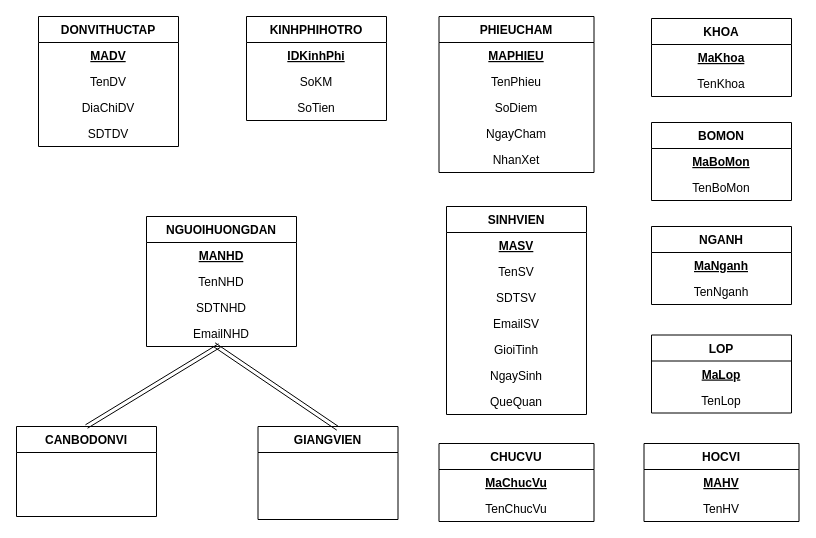
The draw.io diagram bao cao tuan/lam lai lan 1/tuan3.drawio in tronghao/DaAnCSDL, before the edit. Source tidied: cells renumbered, new cells numbered last; positions are measured from the earlier drawing's top-left corner, leaving out a move shared by most shapes. Both pictures are drawn from the tidied source at 100%, with x=0, y=0 at pixel (16, 16).
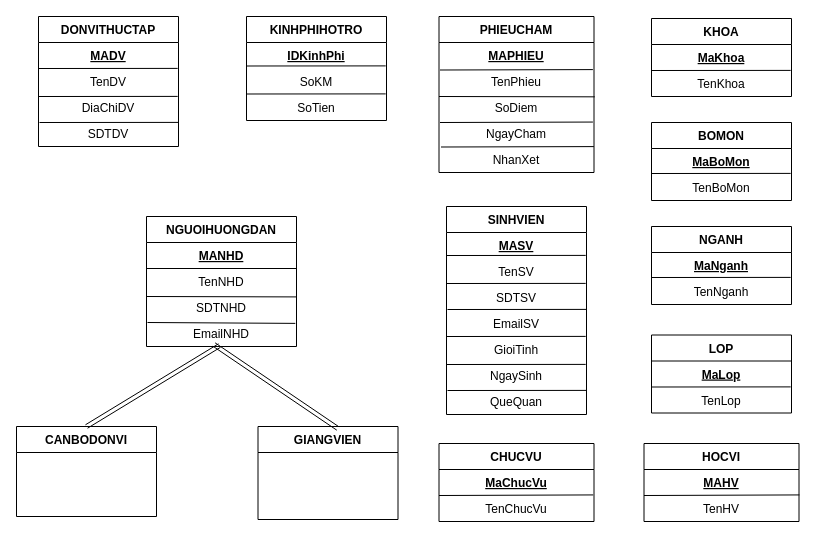
Above is the later version.

Unchanged cells that the change refers to:
```xml
<mxCell id="2" value="DONVITHUCTAP" style="swimlane;fontStyle=1;horizontal=1;startSize=26;fillColor=none;" parent="1" vertex="1">
  <mxGeometry x="22" width="140" height="130" as="geometry" />
</mxCell>
<mxCell id="7" value="NGUOIHUONGDAN" style="swimlane;fontStyle=1;horizontal=1;startSize=26;fillColor=none;" parent="1" vertex="1">
  <mxGeometry x="130" y="200" width="150" height="130" as="geometry" />
</mxCell>
<mxCell id="10" value="SDTNHD" style="text;strokeColor=none;fillColor=none;align=center;verticalAlign=top;spacingLeft=4;spacingRight=4;overflow=hidden;points=[[0,0.5],[1,0.5]];portConstraint=eastwest;" parent="7" vertex="1">
  <mxGeometry y="78" width="150" height="26" as="geometry" />
</mxCell>
<mxCell id="11" value="EmailNHD" style="text;strokeColor=none;fillColor=none;align=center;verticalAlign=top;spacingLeft=4;spacingRight=4;overflow=hidden;points=[[0,0.5],[1,0.5]];portConstraint=eastwest;" parent="7" vertex="1">
  <mxGeometry y="104" width="150" height="26" as="geometry" />
</mxCell>
<mxCell id="12" value="KINHPHIHOTRO" style="swimlane;fontStyle=1;horizontal=1;startSize=26;fillColor=none;" parent="1" vertex="1">
  <mxGeometry x="230" width="140" height="104" as="geometry" />
</mxCell>
<mxCell id="16" value="SINHVIEN" style="swimlane;fontStyle=1;horizontal=1;startSize=26;fillColor=none;" parent="1" vertex="1">
  <mxGeometry x="430" y="190" width="140" height="208" as="geometry" />
</mxCell>
<mxCell id="25" value="LOP" style="swimlane;fontStyle=1;horizontal=1;startSize=26;fillColor=none;" parent="1" vertex="1">
  <mxGeometry x="635" y="318.5" width="140" height="78" as="geometry" />
</mxCell>
<mxCell id="26" value="MaLop" style="text;strokeColor=none;fillColor=none;align=center;verticalAlign=top;spacingLeft=4;spacingRight=4;overflow=hidden;points=[[0,0.5],[1,0.5]];portConstraint=eastwest;fontStyle=5;" parent="25" vertex="1">
  <mxGeometry y="26" width="140" height="26" as="geometry" />
</mxCell>
<mxCell id="27" value="TenLop" style="text;strokeColor=none;fillColor=none;align=center;verticalAlign=top;spacingLeft=4;spacingRight=4;overflow=hidden;points=[[0,0.5],[1,0.5]];portConstraint=eastwest;" parent="25" vertex="1">
  <mxGeometry y="52" width="140" height="26" as="geometry" />
</mxCell>
<mxCell id="28" value="NGANH" style="swimlane;fontStyle=1;horizontal=1;startSize=26;fillColor=none;" parent="1" vertex="1">
  <mxGeometry x="635" y="210" width="140" height="78" as="geometry" />
</mxCell>
<mxCell id="31" value="BOMON" style="swimlane;fontStyle=1;horizontal=1;startSize=26;fillColor=none;" parent="1" vertex="1">
  <mxGeometry x="635" y="106" width="140" height="78" as="geometry" />
</mxCell>
<mxCell id="34" value="KHOA" style="swimlane;fontStyle=1;horizontal=1;startSize=26;fillColor=none;" parent="1" vertex="1">
  <mxGeometry x="635" y="2" width="140" height="78" as="geometry" />
</mxCell>
<mxCell id="40" value="HOCVI" style="swimlane;fontStyle=1;horizontal=1;startSize=26;fillColor=none;" parent="1" vertex="1">
  <mxGeometry x="627.5" y="427" width="155" height="78" as="geometry" />
</mxCell>
<mxCell id="42" value="TenHV" style="text;strokeColor=none;fillColor=none;align=center;verticalAlign=top;spacingLeft=4;spacingRight=4;overflow=hidden;points=[[0,0.5],[1,0.5]];portConstraint=eastwest;" parent="40" vertex="1">
  <mxGeometry y="52" width="155" height="26" as="geometry" />
</mxCell>
<mxCell id="43" value="CHUCVU" style="swimlane;fontStyle=1;horizontal=1;startSize=26;fillColor=none;" parent="1" vertex="1">
  <mxGeometry x="422.5" y="427" width="155" height="78" as="geometry" />
</mxCell>
<mxCell id="45" value="TenChucVu" style="text;strokeColor=none;fillColor=none;align=center;verticalAlign=top;spacingLeft=4;spacingRight=4;overflow=hidden;points=[[0,0.5],[1,0.5]];portConstraint=eastwest;" parent="43" vertex="1">
  <mxGeometry y="52" width="155" height="26" as="geometry" />
</mxCell>
<mxCell id="46" value="PHIEUCHAM" style="swimlane;fontStyle=1;horizontal=1;startSize=26;fillColor=none;" parent="1" vertex="1">
  <mxGeometry x="422.5" width="155" height="156" as="geometry" />
</mxCell>
<mxCell id="49" value="SoDiem" style="text;strokeColor=none;fillColor=none;align=center;verticalAlign=top;spacingLeft=4;spacingRight=4;overflow=hidden;points=[[0,0.5],[1,0.5]];portConstraint=eastwest;" parent="46" vertex="1">
  <mxGeometry y="78" width="155" height="26" as="geometry" />
</mxCell>
<mxCell id="50" value="NgayCham" style="text;strokeColor=none;fillColor=none;align=center;verticalAlign=top;spacingLeft=4;spacingRight=4;overflow=hidden;points=[[0,0.5],[1,0.5]];portConstraint=eastwest;" parent="46" vertex="1">
  <mxGeometry y="104" width="155" height="26" as="geometry" />
</mxCell>
```

The edit, as a diff of the source:
```diff
@@
+    <mxCell id="52" style="endArrow=none;html=1;entryX=0.994;entryY=0.687;entryDx=0;entryDy=0;entryPerimeter=0;" parent="2" edge="1">
+      <mxGeometry relative="1" as="geometry">
+        <mxPoint y="52" as="sourcePoint" />
+        <mxPoint x="139.2" y="51.9" as="targetPoint" />
+      </mxGeometry>
+    </mxCell>
@@
+    <mxCell id="53" style="endArrow=none;html=1;" parent="7" edge="1">
+      <mxGeometry relative="1" as="geometry">
+        <mxPoint y="52" as="sourcePoint" />
+        <mxPoint x="150" y="52" as="targetPoint" />
+      </mxGeometry>
+    </mxCell>
+    <mxCell id="54" style="endArrow=none;html=1;entryX=1;entryY=0.093;entryDx=0;entryDy=0;entryPerimeter=0;" parent="7" edge="1" target="10">
+      <mxGeometry relative="1" as="geometry">
+        <mxPoint y="80" as="sourcePoint" />
+      </mxGeometry>
+    </mxCell>
+    <mxCell id="55" style="endArrow=none;html=1;entryX=0.992;entryY=0.111;entryDx=0;entryDy=0;entryPerimeter=0;" parent="7" edge="1" target="11">
+      <mxGeometry relative="1" as="geometry">
+        <mxPoint x="1" y="106" as="sourcePoint" />
+      </mxGeometry>
+    </mxCell>
@@
+    <mxCell id="56" style="endArrow=none;html=1;entryX=0.994;entryY=0.687;entryDx=0;entryDy=0;entryPerimeter=0;" parent="12" edge="1">
+      <mxGeometry relative="1" as="geometry">
+        <mxPoint y="49.5" as="sourcePoint" />
+        <mxPoint x="139.2" y="49.4" as="targetPoint" />
+      </mxGeometry>
+    </mxCell>
+    <mxCell id="57" style="endArrow=none;html=1;entryX=0.994;entryY=0.687;entryDx=0;entryDy=0;entryPerimeter=0;" parent="12" edge="1">
+      <mxGeometry relative="1" as="geometry">
+        <mxPoint y="77.5" as="sourcePoint" />
+        <mxPoint x="139.2" y="77.4" as="targetPoint" />
+      </mxGeometry>
+    </mxCell>
@@
+    <mxCell id="58" style="endArrow=none;html=1;entryX=0.994;entryY=0.687;entryDx=0;entryDy=0;entryPerimeter=0;" parent="16" edge="1">
+      <mxGeometry relative="1" as="geometry">
+        <mxPoint y="49" as="sourcePoint" />
+        <mxPoint x="139.2" y="48.9" as="targetPoint" />
+      </mxGeometry>
+    </mxCell>
+    <mxCell id="59" style="endArrow=none;html=1;entryX=0.994;entryY=0.687;entryDx=0;entryDy=0;entryPerimeter=0;" parent="16" edge="1">
+      <mxGeometry relative="1" as="geometry">
+        <mxPoint y="77" as="sourcePoint" />
+        <mxPoint x="139.2" y="76.9" as="targetPoint" />
+      </mxGeometry>
+    </mxCell>
+    <mxCell id="60" style="endArrow=none;html=1;entryX=0.994;entryY=0.687;entryDx=0;entryDy=0;entryPerimeter=0;" parent="16" edge="1">
+      <mxGeometry relative="1" as="geometry">
+        <mxPoint x="1" y="103" as="sourcePoint" />
+        <mxPoint x="140.2" y="102.9" as="targetPoint" />
+      </mxGeometry>
+    </mxCell>
@@
+    <mxCell id="61" style="endArrow=none;html=1;entryX=0.994;entryY=0.687;entryDx=0;entryDy=0;entryPerimeter=0;" parent="16" edge="1">
+      <mxGeometry relative="1" as="geometry">
+        <mxPoint y="130" as="sourcePoint" />
+        <mxPoint x="139.2" y="129.9" as="targetPoint" />
+      </mxGeometry>
+    </mxCell>
+    <mxCell id="62" style="endArrow=none;html=1;entryX=0.994;entryY=0.687;entryDx=0;entryDy=0;entryPerimeter=0;" parent="16" edge="1">
+      <mxGeometry relative="1" as="geometry">
+        <mxPoint y="158" as="sourcePoint" />
+        <mxPoint x="139.2" y="157.9" as="targetPoint" />
+      </mxGeometry>
+    </mxCell>
+    <mxCell id="63" style="endArrow=none;html=1;entryX=0.994;entryY=0.687;entryDx=0;entryDy=0;entryPerimeter=0;" parent="16" edge="1">
+      <mxGeometry relative="1" as="geometry">
+        <mxPoint x="1" y="184" as="sourcePoint" />
+        <mxPoint x="140.2" y="183.9" as="targetPoint" />
+      </mxGeometry>
+    </mxCell>
@@
+    <mxCell id="64" style="edgeStyle=none;jettySize=auto;html=1;endArrow=none;" parent="25" edge="1" source="26" target="27">
+      <mxGeometry relative="1" as="geometry" />
+    </mxCell>
@@
+    <mxCell id="65" style="endArrow=none;html=1;entryX=0.994;entryY=0.687;entryDx=0;entryDy=0;entryPerimeter=0;" parent="25" edge="1">
+      <mxGeometry relative="1" as="geometry">
+        <mxPoint y="52" as="sourcePoint" />
+        <mxPoint x="139.2" y="51.9" as="targetPoint" />
+      </mxGeometry>
+    </mxCell>
@@
+    <mxCell id="66" style="endArrow=none;html=1;entryX=0.994;entryY=0.687;entryDx=0;entryDy=0;entryPerimeter=0;" parent="28" edge="1">
+      <mxGeometry relative="1" as="geometry">
+        <mxPoint y="51" as="sourcePoint" />
+        <mxPoint x="139.2" y="50.9" as="targetPoint" />
+      </mxGeometry>
+    </mxCell>
@@
+    <mxCell id="67" style="endArrow=none;html=1;entryX=0.994;entryY=0.687;entryDx=0;entryDy=0;entryPerimeter=0;" parent="31" edge="1">
+      <mxGeometry relative="1" as="geometry">
+        <mxPoint y="51" as="sourcePoint" />
+        <mxPoint x="139.2" y="50.9" as="targetPoint" />
+      </mxGeometry>
+    </mxCell>
@@
+    <mxCell id="68" style="endArrow=none;html=1;entryX=0.994;entryY=0.687;entryDx=0;entryDy=0;entryPerimeter=0;" parent="34" edge="1">
+      <mxGeometry relative="1" as="geometry">
+        <mxPoint y="52" as="sourcePoint" />
+        <mxPoint x="139.2" y="51.9" as="targetPoint" />
+      </mxGeometry>
+    </mxCell>
@@
+    <mxCell id="69" style="endArrow=none;html=1;entryX=1.003;entryY=-0.022;entryDx=0;entryDy=0;entryPerimeter=0;" parent="40" edge="1" target="42">
+      <mxGeometry relative="1" as="geometry">
+        <mxPoint y="52" as="sourcePoint" />
+      </mxGeometry>
+    </mxCell>
@@
+    <mxCell id="70" style="edgeStyle=none;orthogonalLoop=1;jettySize=auto;html=1;endArrow=none;" parent="43" edge="1">
+      <mxGeometry relative="1" as="geometry">
+        <mxPoint x="70" y="52" as="sourcePoint" />
+        <mxPoint x="70" y="52" as="targetPoint" />
+      </mxGeometry>
+    </mxCell>
+    <mxCell id="71" style="endArrow=none;html=1;entryX=0.995;entryY=-0.022;entryDx=0;entryDy=0;entryPerimeter=0;" parent="43" edge="1" target="45">
+      <mxGeometry relative="1" as="geometry">
+        <mxPoint y="52" as="sourcePoint" />
+      </mxGeometry>
+    </mxCell>
@@
+    <mxCell id="72" style="endArrow=none;html=1;entryX=0.993;entryY=0.06;entryDx=0;entryDy=0;entryPerimeter=0;" parent="46" edge="1">
+      <mxGeometry relative="1" as="geometry">
+        <mxPoint x="1" y="53.5" as="sourcePoint" />
+        <mxPoint x="153.9" y="53.1" as="targetPoint" />
+      </mxGeometry>
+    </mxCell>
@@
+    <mxCell id="73" style="endArrow=none;html=1;entryX=1.005;entryY=0.09;entryDx=0;entryDy=0;entryPerimeter=0;" parent="46" edge="1" target="49">
+      <mxGeometry relative="1" as="geometry">
+        <mxPoint y="80" as="sourcePoint" />
+      </mxGeometry>
+    </mxCell>
+    <mxCell id="74" style="endArrow=none;html=1;entryX=0.993;entryY=0.06;entryDx=0;entryDy=0;entryPerimeter=0;" parent="46" edge="1" target="50">
+      <mxGeometry relative="1" as="geometry">
+        <mxPoint x="1" y="106" as="sourcePoint" />
+      </mxGeometry>
+    </mxCell>
@@
+    <mxCell id="75" style="endArrow=none;html=1;entryX=0.993;entryY=0.06;entryDx=0;entryDy=0;entryPerimeter=0;" parent="46" edge="1">
+      <mxGeometry relative="1" as="geometry">
+        <mxPoint x="2" y="130.5" as="sourcePoint" />
+        <mxPoint x="154.9" y="130.1" as="targetPoint" />
+      </mxGeometry>
+    </mxCell>
@@
+    <mxCell id="76" style="endArrow=none;html=1;entryX=0.994;entryY=0.687;entryDx=0;entryDy=0;entryPerimeter=0;" parent="1" edge="1">
+      <mxGeometry relative="1" as="geometry">
+        <mxPoint x="22" y="80" as="sourcePoint" />
+        <mxPoint x="161.2" y="79.9" as="targetPoint" />
+      </mxGeometry>
+    </mxCell>
+    <mxCell id="77" style="endArrow=none;html=1;entryX=0.994;entryY=0.687;entryDx=0;entryDy=0;entryPerimeter=0;" parent="1" edge="1">
+      <mxGeometry relative="1" as="geometry">
+        <mxPoint x="23" y="106" as="sourcePoint" />
+        <mxPoint x="162.2" y="105.9" as="targetPoint" />
+      </mxGeometry>
+    </mxCell>
```
